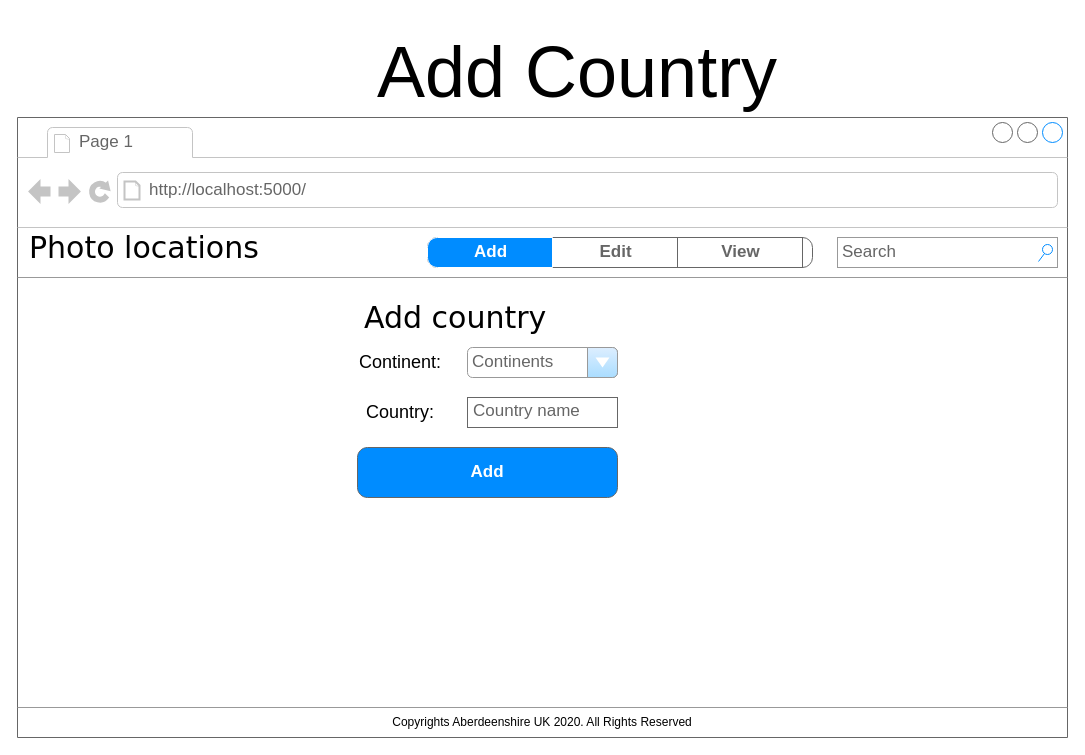
Before: page "Add country" (3 of 9) of UX_design/Wireframe.drawio in Michalju/PhotoApp, a draw.io diagram. Source tidied: cells renumbered, new cells numbered last; positions are measured from the earlier drawing's top-left corner, leaving out a move shared by most shapes. Both pictures are drawn from the tidied source at 100%, with x=0, y=0 at pixel (17, 17).
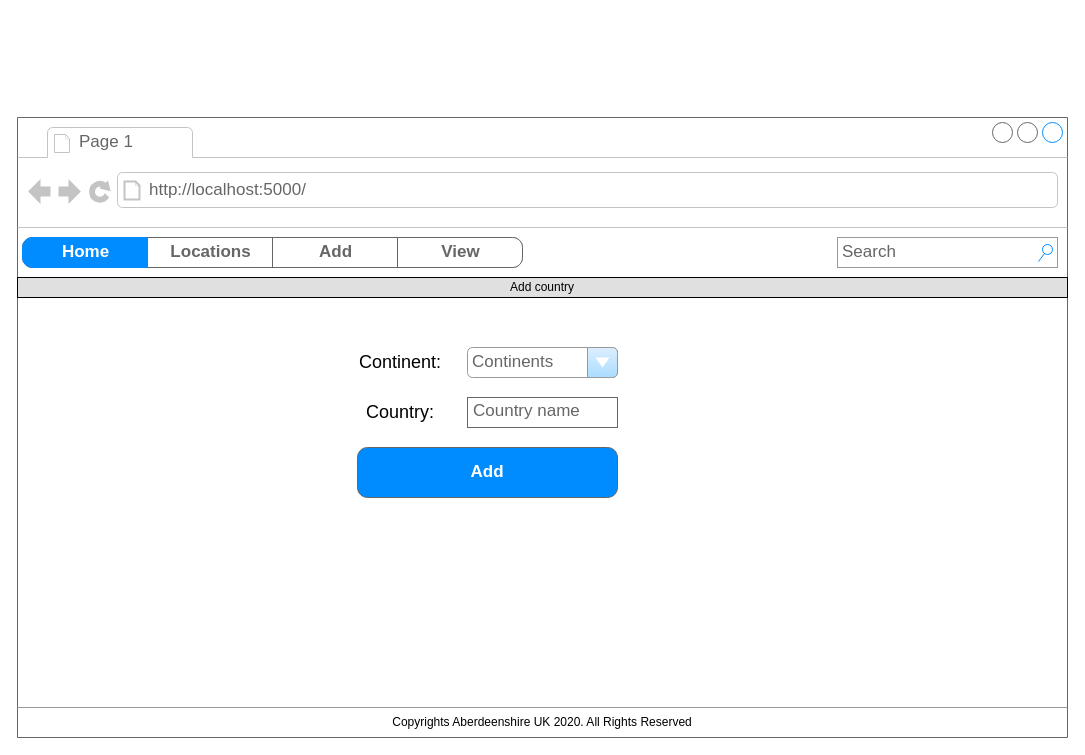
The same diagram, later.

The change refers to these unchanged cells:
```xml
<mxCell id="2" style="strokeWidth=1;shadow=0;dashed=0;align=center;html=1;shape=mxgraph.mockup.containers.browserWindow;rSize=0;strokeColor=#666666;mainText=,;rounded=0;labelBackgroundColor=none;fontFamily=Verdana;fontSize=12;" parent="1" vertex="1">
  <mxGeometry y="100" width="1050" height="620" as="geometry" />
</mxCell>
```

The edit, as a diff of the source:
```diff
@@
-    <mxCell id="5" value="Photo locations" style="text;html=1;align=left;verticalAlign=top;spacingTop=-4;fontSize=30;fontFamily=Verdana;" parent="2" vertex="1">
-      <mxGeometry x="10" y="110" width="250" height="50" as="geometry" />
-    </mxCell>
@@
-    <mxCell id="9" style="strokeWidth=1;shadow=0;dashed=0;align=center;html=1;shape=mxgraph.mockup.rrect;rSize=10;fillColor=#ffffff;strokeColor=#666666;" parent="2" vertex="1">
-      <mxGeometry x="410" y="120" width="385" height="30" as="geometry" />
-    </mxCell>
-    <mxCell id="10" value="Edit" style="strokeColor=inherit;fillColor=inherit;gradientColor=inherit;strokeWidth=1;shadow=0;dashed=0;align=center;html=1;shape=mxgraph.mockup.rrect;rSize=0;fontSize=17;fontColor=#666666;fontStyle=1;" parent="9" vertex="1">
-      <mxGeometry width="125" height="30" relative="1" as="geometry">
-        <mxPoint x="125" as="offset" />
-      </mxGeometry>
-    </mxCell>
-    <mxCell id="11" value="View" style="strokeColor=inherit;fillColor=inherit;gradientColor=inherit;strokeWidth=1;shadow=0;dashed=0;align=center;html=1;shape=mxgraph.mockup.rrect;rSize=0;fontSize=17;fontColor=#666666;fontStyle=1;" parent="9" vertex="1">
-      <mxGeometry width="125" height="30" relative="1" as="geometry">
-        <mxPoint x="250" as="offset" />
-      </mxGeometry>
-    </mxCell>
-    <mxCell id="12" value="Add" style="strokeWidth=1;shadow=0;dashed=0;align=center;html=1;shape=mxgraph.mockup.leftButton;rSize=10;fontSize=17;fontColor=#ffffff;fontStyle=1;fillColor=#008cff;strokeColor=#FFFFFF;" parent="9" vertex="1">
-      <mxGeometry width="125" height="30" relative="1" as="geometry" />
-    </mxCell>
@@
+    <mxCell id="21" style="strokeWidth=1;shadow=0;dashed=0;align=center;html=1;shape=mxgraph.mockup.rrect;rSize=10;fillColor=#ffffff;strokeColor=#666666;" parent="2" vertex="1">
+      <mxGeometry x="5" y="120" width="500" height="30" as="geometry" />
+    </mxCell>
+    <mxCell id="22" value="Locations" style="strokeColor=inherit;fillColor=inherit;gradientColor=inherit;strokeWidth=1;shadow=0;dashed=0;align=center;html=1;shape=mxgraph.mockup.rrect;rSize=0;fontSize=17;fontColor=#666666;fontStyle=1;" parent="21" vertex="1">
+      <mxGeometry width="125" height="30" relative="1" as="geometry">
+        <mxPoint x="125" as="offset" />
+      </mxGeometry>
+    </mxCell>
+    <mxCell id="12" value="Add" style="strokeColor=inherit;fillColor=inherit;gradientColor=inherit;strokeWidth=1;shadow=0;dashed=0;align=center;html=1;shape=mxgraph.mockup.rrect;rSize=0;fontSize=17;fontColor=#666666;fontStyle=1;" parent="21" vertex="1">
+      <mxGeometry width="125" height="30" relative="1" as="geometry">
+        <mxPoint x="250" as="offset" />
+      </mxGeometry>
+    </mxCell>
+    <mxCell id="11" value="View" style="strokeColor=inherit;fillColor=inherit;gradientColor=inherit;strokeWidth=1;shadow=0;dashed=0;align=center;html=1;shape=mxgraph.mockup.rightButton;rSize=10;fontSize=17;fontColor=#666666;fontStyle=1;" parent="21" vertex="1">
+      <mxGeometry x="1" width="125" height="30" relative="1" as="geometry">
+        <mxPoint x="-125" as="offset" />
+      </mxGeometry>
+    </mxCell>
+    <mxCell id="23" value="Home" style="strokeWidth=1;shadow=0;dashed=0;align=center;html=1;shape=mxgraph.mockup.leftButton;rSize=10;fontSize=17;fontColor=#ffffff;fontStyle=1;fillColor=#008cff;strokeColor=#008cff;" parent="21" vertex="1">
+      <mxGeometry width="125" height="30" relative="1" as="geometry" />
+    </mxCell>
-    <mxCell id="19" value="Add country" style="text;html=1;align=left;verticalAlign=top;spacingTop=-4;fontSize=30;fontFamily=Verdana;" parent="2" vertex="1">
-      <mxGeometry x="345" y="180" width="250" height="50" as="geometry" />
+    <mxCell id="19" value="Add country" style="text;html=1;align=center;verticalAlign=middle;whiteSpace=wrap;rounded=0;perimeterSpacing=1;strokeColor=#000000;fillColor=#E0E0E0;" parent="2" vertex="1">
+      <mxGeometry y="160" width="1050" height="20" as="geometry" />
     </mxCell>
-    <mxCell id="20" value="&lt;font style=&quot;font-size: 72px&quot;&gt;Add Country&lt;/font&gt;" style="text;html=1;strokeColor=none;fillColor=none;align=center;verticalAlign=middle;whiteSpace=wrap;rounded=0;" parent="1" vertex="1">
-      <mxGeometry x="200" width="720" height="110" as="geometry" />
-    </mxCell>
```
